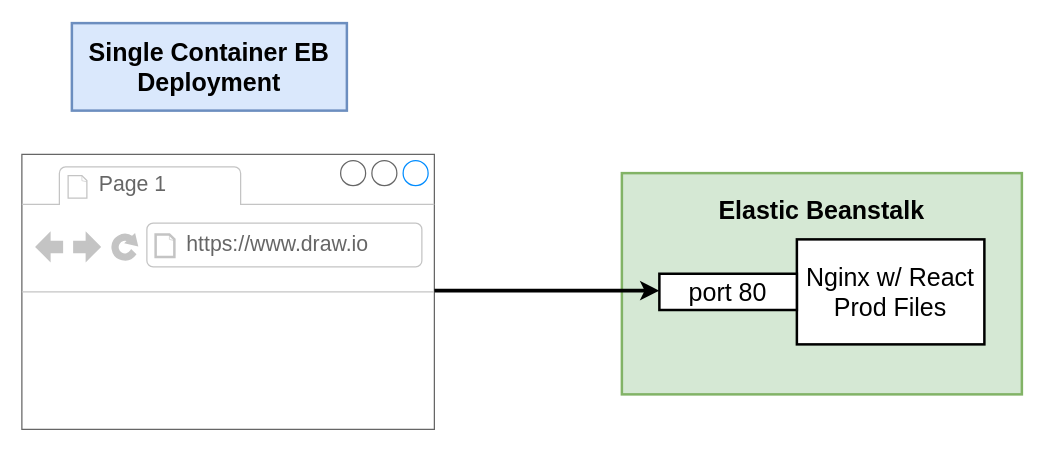
The draw.io diagram page "04 - single" (3 of 21) of diagrams copy.drawio in raviranjan2003/multi-container-deployment, before the edit. Source tidied: cells renumbered, new cells numbered last; positions are measured from the earlier drawing's top-left corner, leaving out a move shared by most shapes. Both pictures are drawn from the tidied source at 125%, with x=0, y=0 at pixel (21, 22).
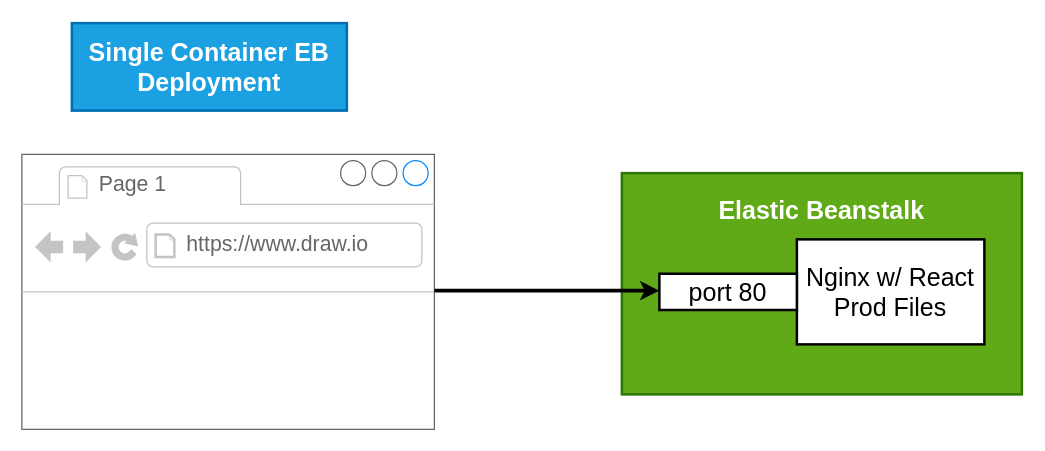
The same diagram, later.

Diff of the diagram source:
```diff
@@
 <mxGraphModel background="#ffffff">
   <root>
     <mxCell id="0" />
     <mxCell id="1" parent="0" />
-    <mxCell id="2" value="Elastic Beanstalk&lt;br&gt;&lt;br&gt;&lt;br&gt;&lt;br&gt;&lt;br&gt;&lt;br&gt;" style="rounded=0;whiteSpace=wrap;html=1;strokeWidth=2;fontSize=20;align=center;fillColor=#d5e8d4;strokeColor=#82b366;fontStyle=1;" parent="1" vertex="1">
+    <mxCell id="2" value="Elastic Beanstalk&lt;br&gt;&lt;br&gt;&lt;br&gt;&lt;br&gt;&lt;br&gt;&lt;br&gt;" style="rounded=0;whiteSpace=wrap;html=1;strokeWidth=2;fontSize=20;align=center;fillColor=#60a917;strokeColor=#2D7600;fontStyle=1;fontColor=#ffffff;" parent="1" vertex="1">
       <mxGeometry x="480" y="120" width="320" height="177" as="geometry" />
     </mxCell>
     <mxCell id="3" style="strokeWidth=1;shadow=0;dashed=0;align=center;html=1;shape=mxgraph.mockup.containers.browserWindow;rSize=0;fillColor=#ffffff;strokeColor=#666666;mainText=,;fontSize=20;" parent="1" vertex="1">
       <mxGeometry y="105" width="330" height="220" as="geometry" />
     </mxCell>
     <mxCell id="4" value="Page 1" style="strokeWidth=1;shadow=0;dashed=0;align=center;html=1;shape=mxgraph.mockup.containers.anchor;fontSize=17;fontColor=#666666;align=left;" parent="3" vertex="1">
       <mxGeometry x="60" y="12" width="110" height="26" as="geometry" />
     </mxCell>
     <mxCell id="5" value="https://www.draw.io" style="strokeWidth=1;shadow=0;dashed=0;align=center;html=1;shape=mxgraph.mockup.containers.anchor;rSize=0;fontSize=17;fontColor=#666666;align=left;" parent="3" vertex="1">
       <mxGeometry x="130" y="60" width="250" height="26" as="geometry" />
     </mxCell>
     <mxCell id="6" value="Nginx w/ React Prod Files" style="rounded=0;whiteSpace=wrap;html=1;strokeWidth=2;fontSize=20;align=center;" parent="1" vertex="1">
       <mxGeometry x="620" y="173" width="150" height="84" as="geometry" />
     </mxCell>
-    <mxCell id="7" value="Single Container EB Deployment" style="rounded=0;whiteSpace=wrap;html=1;strokeWidth=2;fontSize=20;align=center;fillColor=#dae8fc;strokeColor=#6c8ebf;fontStyle=1;" parent="1" vertex="1">
+    <mxCell id="7" value="Single Container EB Deployment" style="rounded=0;whiteSpace=wrap;html=1;strokeWidth=2;fontSize=20;align=center;fillColor=#1ba1e2;strokeColor=#006EAF;fontStyle=1;fontColor=#ffffff;" parent="1" vertex="1">
       <mxGeometry x="40" width="220" height="70" as="geometry" />
     </mxCell>
     <mxCell id="8" value="port 80" style="rounded=0;whiteSpace=wrap;html=1;strokeWidth=2;fontSize=20;align=center;" parent="1" vertex="1">
       <mxGeometry x="510" y="200.5" width="110" height="29" as="geometry" />
     </mxCell>
-    <mxCell id="9" style="endArrow=classic;html=1;strokeWidth=3;fontSize=20;" parent="1" edge="1">
+    <mxCell id="9" style="endArrow=classic;html=1;strokeWidth=3;fontSize=20;strokeColor=#000;" parent="1" edge="1">
       <mxGeometry relative="1" as="geometry">
         <mxPoint x="330" y="214" as="sourcePoint" />
         <mxPoint x="510" y="214" as="targetPoint" />
       </mxGeometry>
     </mxCell>
   </root>
 </mxGraphModel>
```
